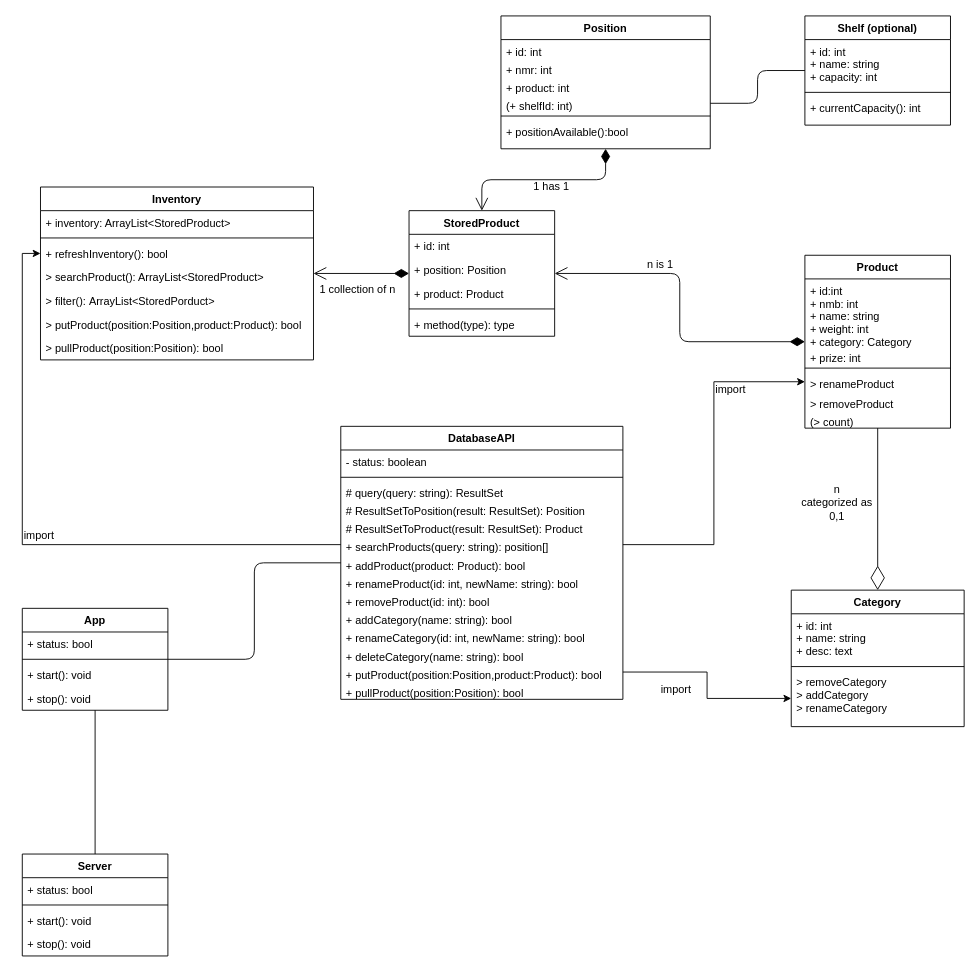
callidaria/pen-testing keeps this draw.io diagram as dev/models/raw/UML Klassendiagram.drawio. Above is the earlier version. Source tidied: cells renumbered, new cells numbered last; positions are measured from the earlier drawing's top-left corner, leaving out a move shared by most shapes. Both pictures are drawn from the tidied source at 91%, with x=0, y=0 at pixel (22, 15).
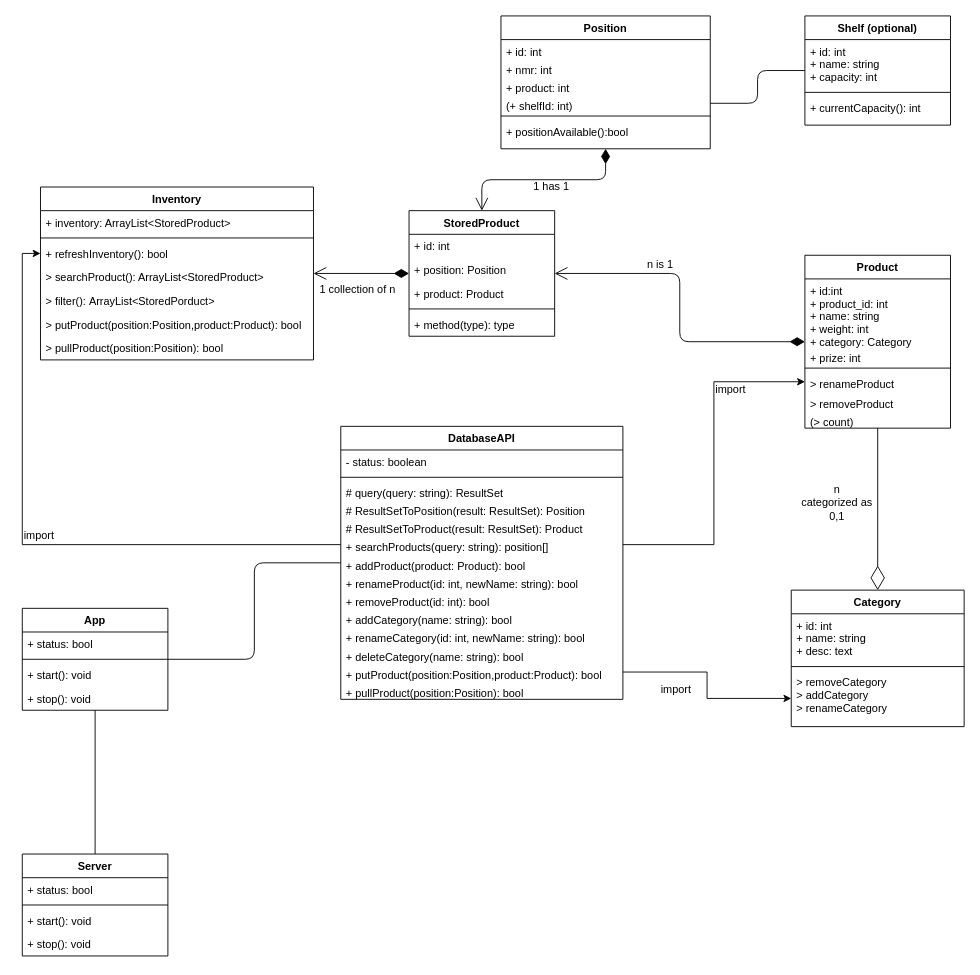
The same diagram, later.

Commit message (it also covers changes not shown here):
updated schemas product nmb is now product_id added basic database schema as mysql and sqlite file aswell as some basic inserts database update now as foreign key relations and unique keys

The change refers to these unchanged cells:
```xml
<mxCell id="13" value="Product" style="swimlane;fontStyle=1;align=center;verticalAlign=top;horizontal=1;startSize=26;" parent="1" vertex="1">
  <mxGeometry x="860" y="263" width="160" height="190" as="geometry" />
</mxCell>
```

The edit, as a diff of the source:
```diff
@@
-    <mxCell id="14" value="+ id:int&#10;+ nmb: int&#10;+ name: string&#10;+ weight: int&#10;+ category: Category" style="text;strokeColor=none;fillColor=none;align=left;verticalAlign=top;spacingLeft=4;spacingRight=4;overflow=hidden;" parent="13" vertex="1">
+    <mxCell id="14" value="+ id:int&#10;+ product_id: int&#10;+ name: string&#10;+ weight: int&#10;+ category: Category" style="text;strokeColor=none;fillColor=none;align=left;verticalAlign=top;spacingLeft=4;spacingRight=4;overflow=hidden;" parent="13" vertex="1">
       <mxGeometry y="26" width="160" height="74" as="geometry" />
     </mxCell>
```
